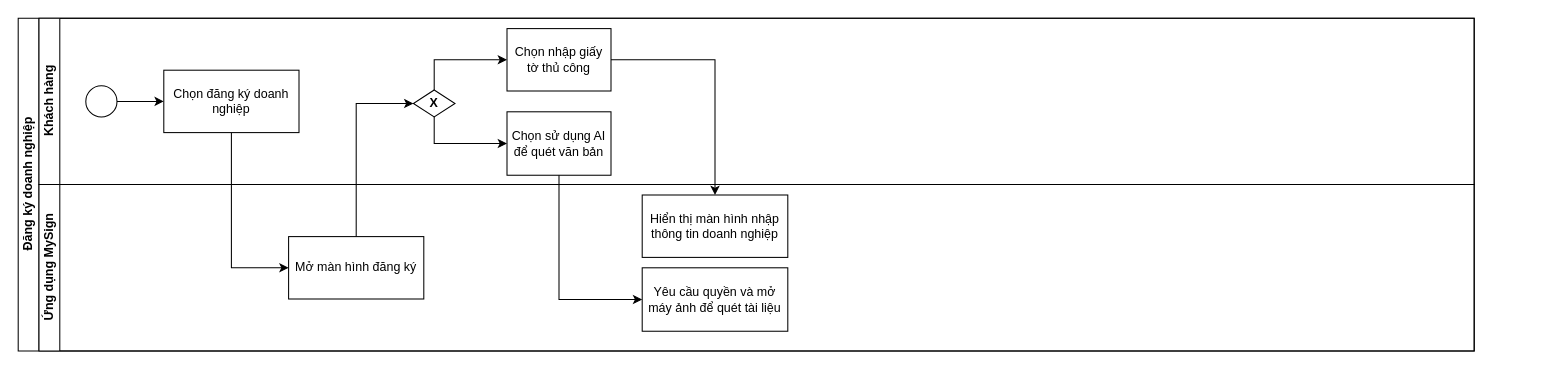
Above: Đăng ký eKYC.drawio in ddthang2611/TSA-Diagram (draw.io), before the change. Source tidied: cells renumbered, new cells numbered last; positions are measured from the earlier drawing's top-left corner, leaving out a move shared by most shapes. Both pictures are drawn from the tidied source at 104%, with x=0, y=0 at pixel (18, 18).
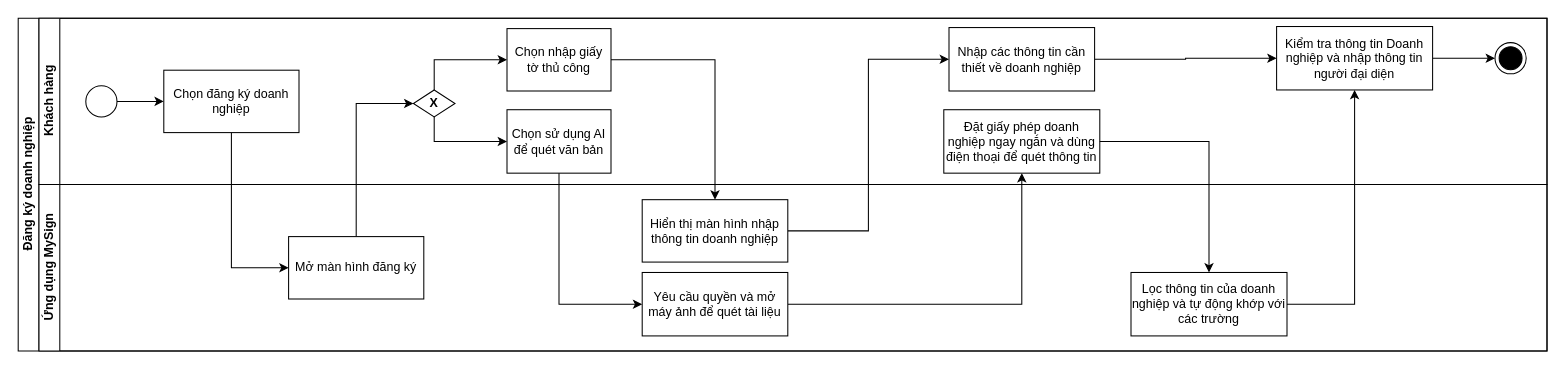
The same page after the edit.

Commit message:
Cập nhật Đăng ký eKYC.drawio

The change refers to these unchanged cells:
```xml
<mxCell id="10" value="&lt;b&gt;X&lt;/b&gt;" style="rhombus;whiteSpace=wrap;html=1;" parent="4" vertex="1">
  <mxGeometry x="360" y="69" width="40" height="26" as="geometry" />
</mxCell>
<mxCell id="11" value="Chọn nhập giấy tờ thủ công" style="whiteSpace=wrap;html=1;" parent="4" vertex="1">
  <mxGeometry x="450" y="10" width="100" height="60" as="geometry" />
</mxCell>
<mxCell id="14" value="Mở màn hình đăng ký" style="rounded=0;whiteSpace=wrap;html=1;fontFamily=Helvetica;fontSize=12;fontColor=#000000;align=center;" parent="13" vertex="1">
  <mxGeometry x="240" y="50" width="130" height="60" as="geometry" />
</mxCell>
```

What changed in the source:
```diff
@@
     <mxCell id="2" value="Đăng ký doanh nghiệp" style="swimlane;html=1;horizontal=0;startSize=20;" parent="1" vertex="1">
-      <mxGeometry width="1400" height="320" as="geometry" />
+      <mxGeometry width="1470" height="320" as="geometry" />
     </mxCell>
@@
     <mxCell id="4" value="Khách hàng" style="swimlane;html=1;startSize=20;horizontal=0;" parent="2" vertex="1">
-      <mxGeometry x="20" width="1380" height="160" as="geometry" />
+      <mxGeometry x="20" width="1450" height="160" as="geometry" />
     </mxCell>
@@
     <mxCell id="12" value="Chọn sử dụng AI để quét văn bản" style="whiteSpace=wrap;html=1;" parent="4" vertex="1">
-      <mxGeometry x="450" y="90" width="100" height="61" as="geometry" />
+      <mxGeometry x="450" y="88" width="100" height="61" as="geometry" />
     </mxCell>
+    <mxCell id="20" value="Đặt giấy phép doanh nghiệp ngay ngắn và dùng điện thoại để quét thông tin" style="whiteSpace=wrap;html=1;" parent="4" vertex="1">
+      <mxGeometry x="870" y="88" width="150" height="61" as="geometry" />
+    </mxCell>
+    <mxCell id="21" style="edgeStyle=orthogonalEdgeStyle;rounded=0;jettySize=auto;html=1;" parent="4" edge="1" source="22" target="24">
+      <mxGeometry relative="1" as="geometry" />
+    </mxCell>
+    <mxCell id="22" value="Nhập các thông tin cần thiết về doanh nghiệp" style="whiteSpace=wrap;html=1;" parent="4" vertex="1">
+      <mxGeometry x="875" y="9" width="140" height="61" as="geometry" />
+    </mxCell>
+    <mxCell id="23" style="edgeStyle=orthogonalEdgeStyle;rounded=0;jettySize=auto;html=1;entryX=0;entryY=0.5;entryDx=0;entryDy=0;" parent="4" edge="1" source="24" target="25">
+      <mxGeometry relative="1" as="geometry" />
+    </mxCell>
+    <mxCell id="24" value="Kiểm tra thông tin Doanh nghiệp và nhập thông tin người đại diện" style="whiteSpace=wrap;html=1;" parent="4" vertex="1">
+      <mxGeometry x="1190" y="8" width="150" height="61" as="geometry" />
+    </mxCell>
+    <mxCell id="25" style="ellipse;html=1;shape=endState;fillColor=#000000;strokeColor=#000000;" parent="4" vertex="1">
+      <mxGeometry x="1400" y="23.5" width="30" height="30" as="geometry" />
+    </mxCell>
+    <mxCell id="17" style="edgeStyle=orthogonalEdgeStyle;rounded=0;jettySize=auto;html=1;entryX=0;entryY=0.5;entryDx=0;entryDy=0;exitX=0.5;exitY=0;exitDx=0;exitDy=0;" parent="2" edge="1" source="14" target="10">
+      <mxGeometry relative="1" as="geometry" />
+    </mxCell>
+    <mxCell id="18" style="edgeStyle=orthogonalEdgeStyle;rounded=0;jettySize=auto;html=1;entryX=0;entryY=0.5;entryDx=0;entryDy=0;exitX=0.5;exitY=1;exitDx=0;exitDy=0;" parent="2" edge="1" source="12" target="15">
+      <mxGeometry relative="1" as="geometry" />
+    </mxCell>
+    <mxCell id="19" style="edgeStyle=orthogonalEdgeStyle;rounded=0;jettySize=auto;html=1;entryX=0.5;entryY=0;entryDx=0;entryDy=0;" parent="2" edge="1" source="11" target="16">
+      <mxGeometry relative="1" as="geometry" />
+    </mxCell>
+    <mxCell id="26" style="edgeStyle=orthogonalEdgeStyle;rounded=0;jettySize=auto;html=1;" parent="2" edge="1" source="15" target="20">
+      <mxGeometry relative="1" as="geometry" />
+    </mxCell>
+    <mxCell id="27" style="edgeStyle=orthogonalEdgeStyle;rounded=0;jettySize=auto;html=1;entryX=0;entryY=0.5;entryDx=0;entryDy=0;" parent="2" edge="1" source="16" target="22">
+      <mxGeometry relative="1" as="geometry" />
+    </mxCell>
+    <mxCell id="28" style="edgeStyle=orthogonalEdgeStyle;rounded=0;jettySize=auto;html=1;" parent="2" edge="1" source="20" target="29">
+      <mxGeometry relative="1" as="geometry" />
+    </mxCell>
     <mxCell id="13" value="Ứng dụng MySign" style="swimlane;html=1;startSize=20;horizontal=0;" parent="2" vertex="1">
-      <mxGeometry x="20" y="160" width="1380" height="160" as="geometry" />
+      <mxGeometry x="20" y="160" width="1450" height="160" as="geometry" />
     </mxCell>
@@
     <mxCell id="15" value="Yêu cầu quyền và mở máy ảnh để quét tài liệu" style="whiteSpace=wrap;html=1;" parent="13" vertex="1">
-      <mxGeometry x="580" y="80" width="140" height="61" as="geometry" />
+      <mxGeometry x="580" y="84.5" width="140" height="61" as="geometry" />
     </mxCell>
     <mxCell id="16" value="Hiển thị màn hình&amp;nbsp;nhập &lt;br&gt;thông tin doanh nghiệp" style="whiteSpace=wrap;html=1;" parent="13" vertex="1">
-      <mxGeometry x="580" y="10" width="140" height="60" as="geometry" />
+      <mxGeometry x="580" y="14.5" width="140" height="60" as="geometry" />
     </mxCell>
-    <mxCell id="17" style="edgeStyle=orthogonalEdgeStyle;rounded=0;jettySize=auto;html=1;entryX=0;entryY=0.5;entryDx=0;entryDy=0;exitX=0.5;exitY=0;exitDx=0;exitDy=0;" parent="2" edge="1" source="14" target="10">
-      <mxGeometry relative="1" as="geometry" />
-    </mxCell>
-    <mxCell id="18" style="edgeStyle=orthogonalEdgeStyle;rounded=0;jettySize=auto;html=1;entryX=0;entryY=0.5;entryDx=0;entryDy=0;exitX=0.5;exitY=1;exitDx=0;exitDy=0;" parent="2" edge="1" source="12" target="15">
-      <mxGeometry relative="1" as="geometry" />
-    </mxCell>
-    <mxCell id="19" style="edgeStyle=orthogonalEdgeStyle;rounded=0;jettySize=auto;html=1;entryX=0.5;entryY=0;entryDx=0;entryDy=0;" parent="2" edge="1" source="11" target="16">
-      <mxGeometry relative="1" as="geometry" />
-    </mxCell>
+    <mxCell id="29" value="Lọc thông tin của doanh nghiệp và tự động khớp với các trường" style="whiteSpace=wrap;html=1;" parent="13" vertex="1">
+      <mxGeometry x="1050" y="84.5" width="150" height="61" as="geometry" />
+    </mxCell>
+    <mxCell id="30" style="edgeStyle=orthogonalEdgeStyle;rounded=0;jettySize=auto;html=1;entryX=0.5;entryY=1;entryDx=0;entryDy=0;exitX=1;exitY=0.5;exitDx=0;exitDy=0;" parent="2" edge="1" source="29" target="24">
+      <mxGeometry relative="1" as="geometry" />
+    </mxCell>
```
